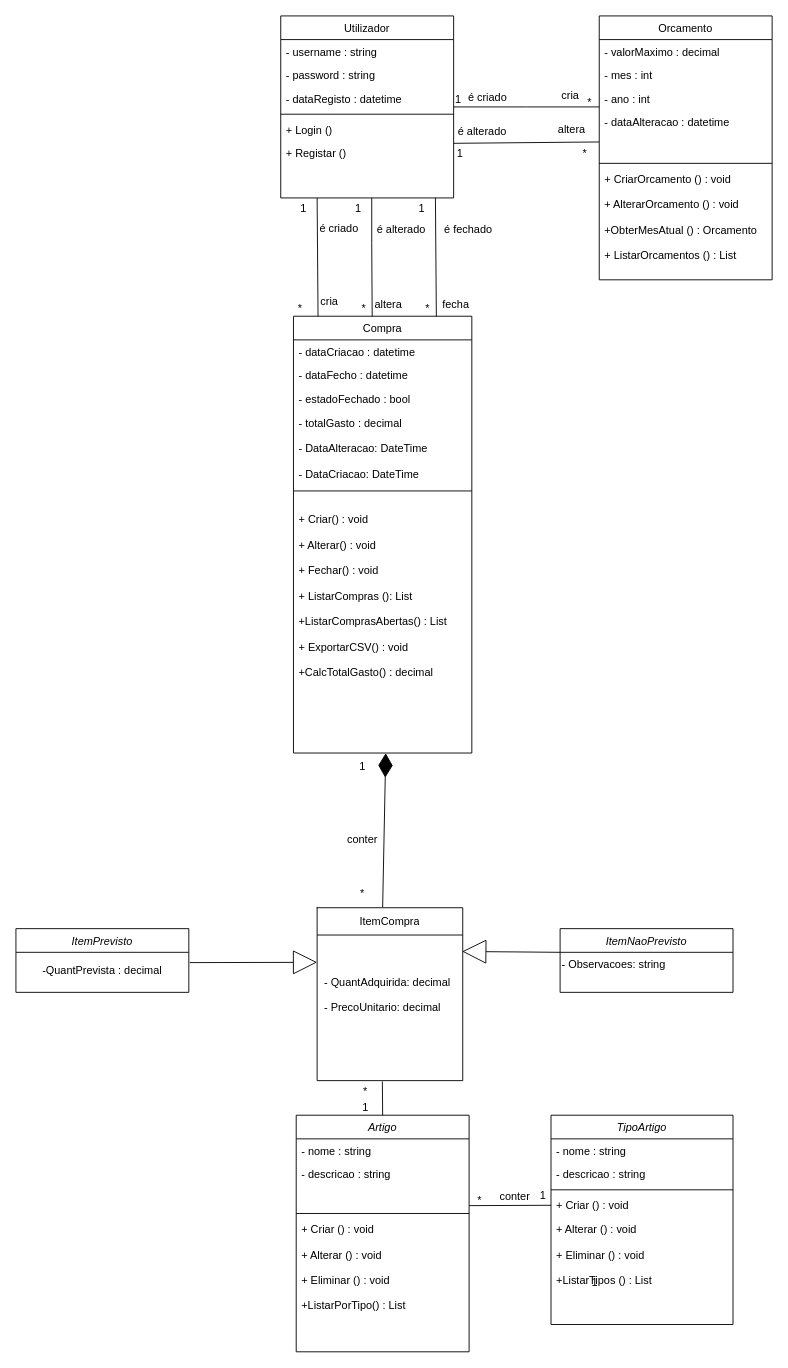
Earlier version of the draw.io diagram DiagramaClasses.drawio (2025106693/IShopping-Abakos). Source tidied: cells renumbered, new cells numbered last; positions are measured from the earlier drawing's top-left corner, leaving out a move shared by most shapes. Both pictures are drawn from the tidied source at 91%, with x=0, y=0 at pixel (15, 15).
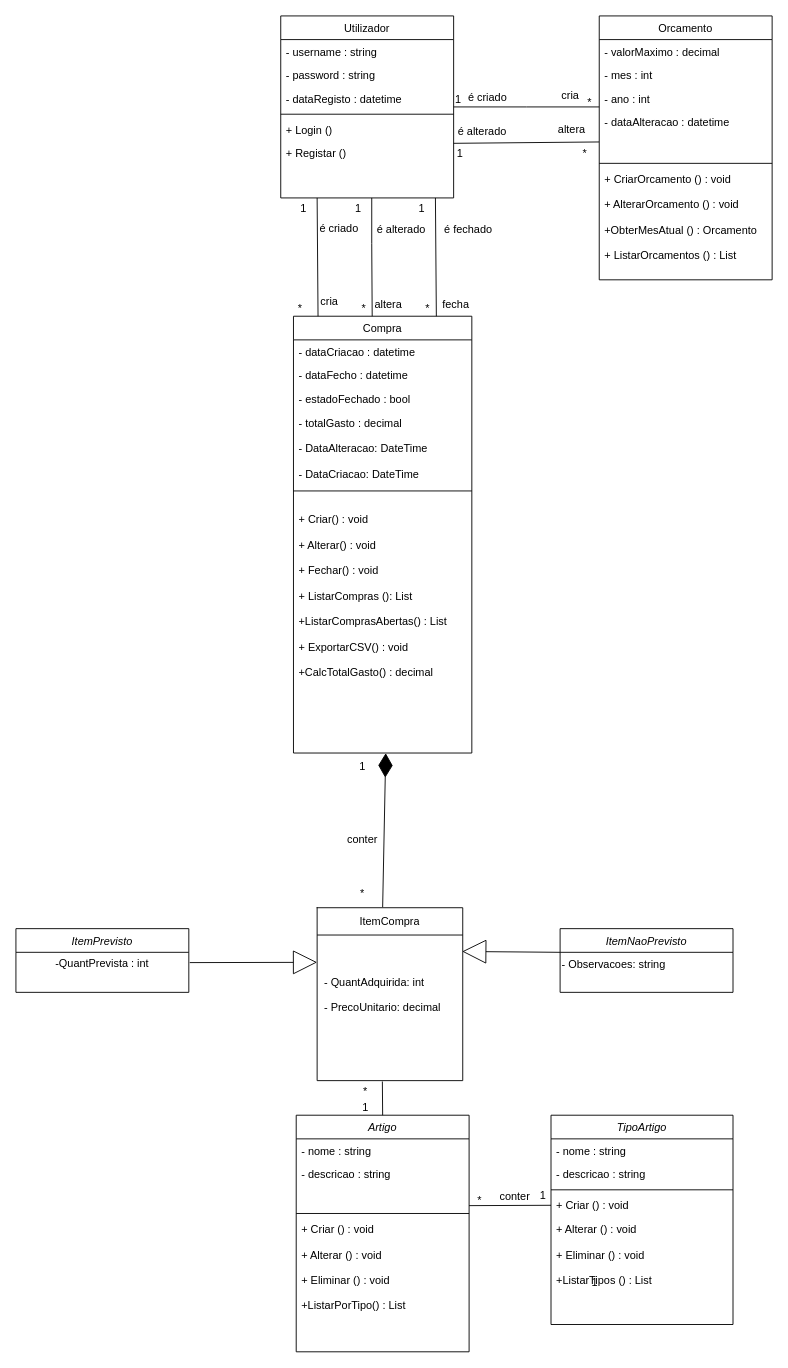
The same diagram, later.

Commit message:
diagrama atualizado

The change refers to these unchanged cells:
```xml
<mxCell id="40" value="ItemPrevisto" style="swimlane;fontStyle=2;align=center;verticalAlign=top;horizontal=1;startSize=26;rounded=0;shadow=0;strokeWidth=1;" parent="1" vertex="1">
  <mxGeometry y="1003" width="190" height="70" as="geometry" />
</mxCell>
```

What changed in the source:
```diff
@@
-    <mxCell id="41" value="-QuantPrevista : decimal" style="text;html=1;whiteSpace=wrap;strokeColor=none;fillColor=none;align=center;verticalAlign=middle;rounded=0;" parent="40" vertex="1">
+    <mxCell id="41" value="&lt;div&gt;-QuantPrevista : int&lt;/div&gt;&lt;div&gt;&lt;br&gt;&lt;/div&gt;" style="text;html=1;whiteSpace=wrap;strokeColor=none;fillColor=none;align=center;verticalAlign=middle;rounded=0;" parent="40" vertex="1">
       <mxGeometry y="26" width="190" height="40" as="geometry" />
     </mxCell>
@@
-    <mxCell id="57" value="&#10;&#10;- QuantAdquirida: decimal&#10;&#10;- PrecoUnitario: decimal&#10;&#10;&#10;&#10;" style="text;align=left;verticalAlign=top;spacingLeft=4;spacingRight=4;overflow=hidden;" parent="1" vertex="1">
+    <mxCell id="57" value="&#10;&#10;- QuantAdquirida: int&#10;&#10;- PrecoUnitario: decimal&#10;&#10;&#10;&#10;" style="text;align=left;verticalAlign=top;spacingLeft=4;spacingRight=4;overflow=hidden;" parent="1" vertex="1">
       <mxGeometry x="333" y="1020" width="158" height="140" as="geometry" />
     </mxCell>
```
